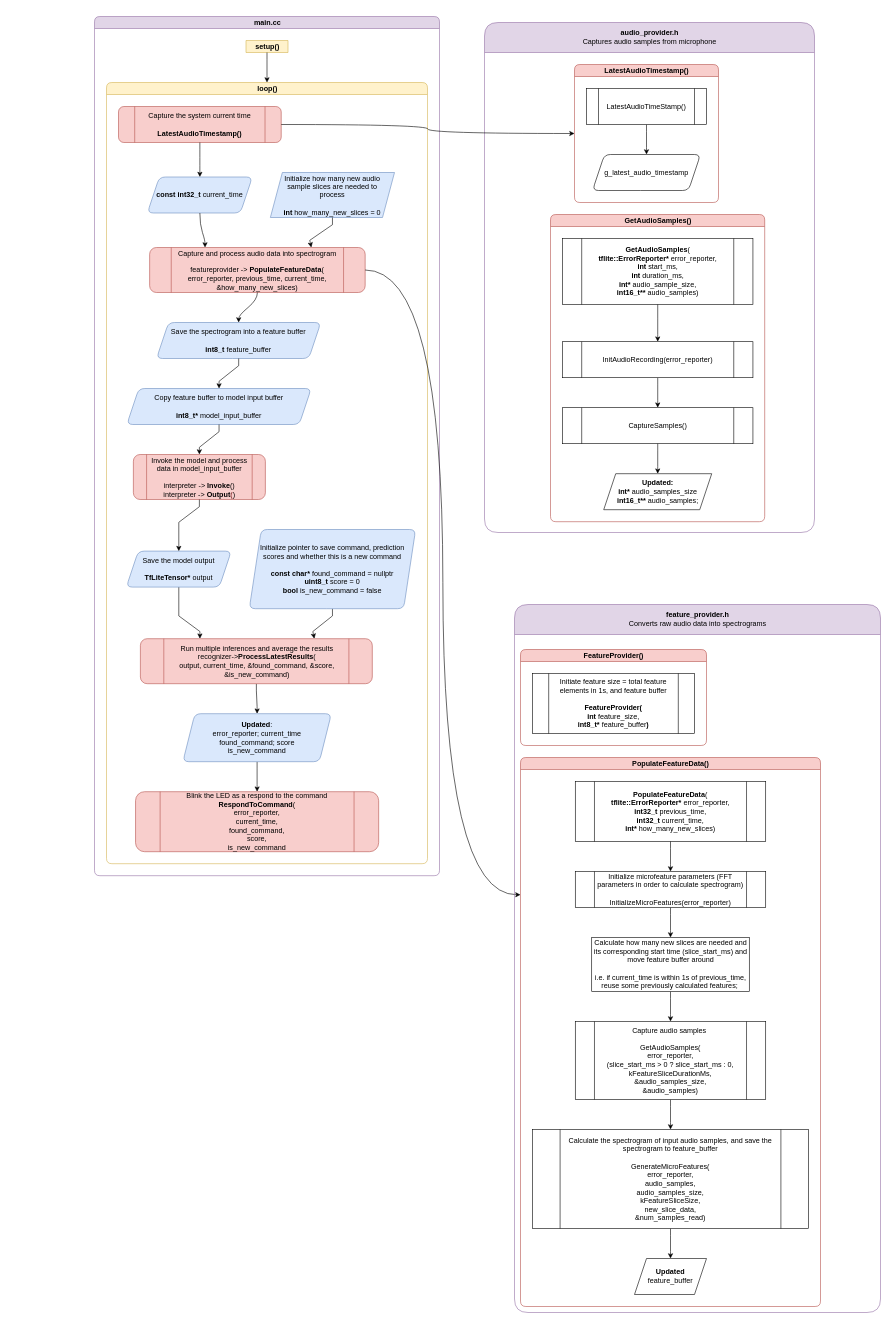
Earlier version of the draw.io diagram page "Page-1" (1 of 2) of MicroSpeech.drawio (supertime1/Wake_Word). Source tidied: cells renumbered, new cells numbered last; positions are measured from the earlier drawing's top-left corner, leaving out a move shared by most shapes. Both pictures are drawn from the tidied source at 60%, with x=0, y=0 at pixel (94, 16).
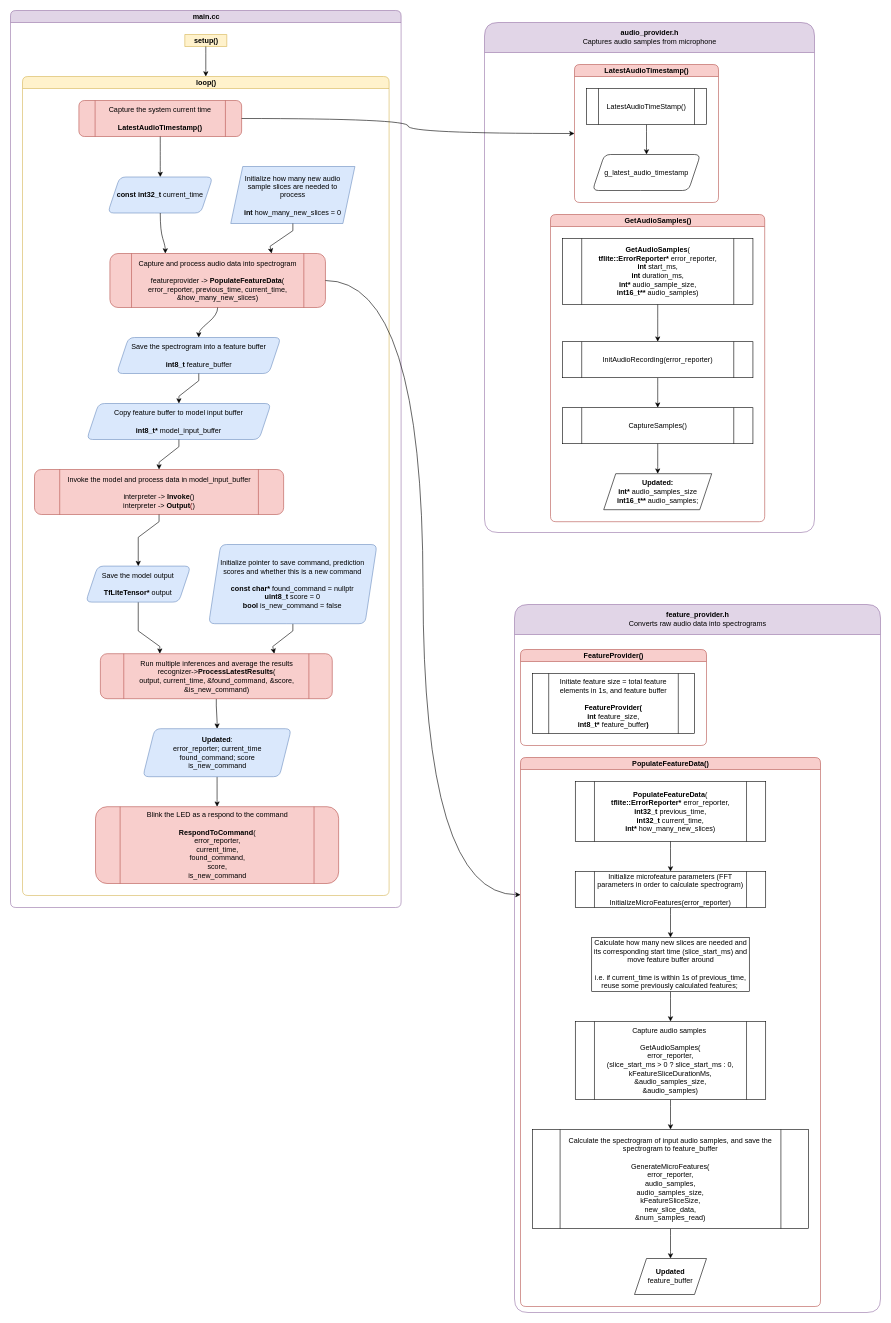
After the change.

Diff of the diagram source:
```diff
@@
     <mxCell id="2" value="main.cc" style="swimlane;html=1;startSize=20;horizontal=1;flowOrientation=north;interRankCellSpacing=50;containerType=tree;fillColor=#e1d5e7;strokeColor=#9673a6;rounded=1;" parent="1" vertex="1">
-      <mxGeometry width="575" height="1432" as="geometry" />
+      <mxGeometry x="-140" y="-10" width="651" height="1495" as="geometry" />
     </mxCell>
     <mxCell id="3" value="setup()" style="swimlane;html=1;startSize=20;horizontal=1;flowOrientation=north;interRankCellSpacing=50;containerType=tree;direction=east;flipH=0;flipV=0;fillColor=#fff2cc;strokeColor=#d6b656;rounded=1;" parent="2" vertex="1" collapsed="1">
-      <mxGeometry x="252.5" y="40" width="70" height="20" as="geometry" />
+      <mxGeometry x="290.5" y="40" width="70" height="20" as="geometry" />
     </mxCell>
     <mxCell id="4" style="edgeStyle=orthogonalEdgeStyle;rounded=0;jettySize=auto;html=1;noEdgeStyle=1;orthogonal=1;" parent="2" edge="1" source="3" target="5">
       <mxGeometry relative="1" as="geometry">
         <Array as="points">
-          <mxPoint x="287.5" y="72" />
-          <mxPoint x="287.5" y="98" />
+          <mxPoint x="325.5" y="72" />
+          <mxPoint x="325.5" y="98" />
         </Array>
       </mxGeometry>
     </mxCell>
     <mxCell id="5" value="loop()" style="swimlane;html=1;startSize=20;horizontal=1;flowOrientation=north;interRankCellSpacing=50;containerType=tree;direction=east;flipH=0;flipV=0;fillColor=#fff2cc;strokeColor=#d6b656;rounded=1;" parent="2" vertex="1">
-      <mxGeometry x="20" y="110" width="535" height="1302" as="geometry" />
+      <mxGeometry x="20" y="110" width="611" height="1365" as="geometry" />
     </mxCell>
     <mxCell id="6" value="Capture the system current time&lt;br&gt;&lt;br&gt;&lt;b&gt;LatestAudioTimestamp()&lt;/b&gt;" style="shape=process;whiteSpace=wrap;html=1;backgroundOutline=1;fillColor=#f8cecc;strokeColor=#b85450;rounded=1;" parent="5" vertex="1">
-      <mxGeometry x="20" y="40" width="271.2" height="60" as="geometry" />
+      <mxGeometry x="94" y="40" width="271.2" height="60" as="geometry" />
     </mxCell>
     <mxCell id="7" value="&lt;b&gt;const int32_t&lt;/b&gt; current_time" style="shape=parallelogram;perimeter=parallelogramPerimeter;whiteSpace=wrap;html=1;fixedSize=1;fillColor=#dae8fc;strokeColor=#6c8ebf;rounded=1;" parent="5" vertex="1">
-      <mxGeometry x="68.1" y="157.5" width="175" height="60" as="geometry" />
+      <mxGeometry x="142.1" y="167.5" width="175" height="60" as="geometry" />
     </mxCell>
     <mxCell id="8" value="Initialize how many new audio &lt;br&gt;sample slices are needed to &lt;br&gt;process&lt;br&gt;&lt;b&gt;&lt;br&gt;int&lt;/b&gt;&lt;span&gt;&amp;nbsp;how_many_new_slices = 0&lt;/span&gt;" style="shape=parallelogram;perimeter=parallelogramPerimeter;whiteSpace=wrap;html=1;fixedSize=1;fillColor=#dae8fc;strokeColor=#6c8ebf;" parent="5" vertex="1">
-      <mxGeometry x="273.1" y="150" width="206.9" height="75" as="geometry" />
+      <mxGeometry x="347.1" y="150" width="206.9" height="95" as="geometry" />
     </mxCell>
     <mxCell id="9" value="Capture and process audio data into spectrogram&lt;br&gt;&lt;br&gt;featureprovider -&amp;gt; &lt;b&gt;PopulateFeatureData&lt;/b&gt;(&lt;br&gt;error_reporter, previous_time, current_time, &amp;amp;how_many_new_slices)" style="shape=process;whiteSpace=wrap;html=1;backgroundOutline=1;fillColor=#f8cecc;strokeColor=#b85450;rounded=1;" parent="5" vertex="1">
-      <mxGeometry x="71.9" y="275" width="359.2" height="75" as="geometry" />
+      <mxGeometry x="145.7" y="295" width="359.2" height="90" as="geometry" />
     </mxCell>
     <mxCell id="10" value="Save the spectrogram into a feature buffer&lt;br&gt;&lt;b&gt;&lt;br&gt;int8_t&lt;/b&gt; feature_buffer" style="shape=parallelogram;perimeter=parallelogramPerimeter;whiteSpace=wrap;html=1;fixedSize=1;fillColor=#dae8fc;strokeColor=#6c8ebf;rounded=1;" parent="5" vertex="1">
-      <mxGeometry x="83.4" y="400" width="273.8" height="60" as="geometry" />
+      <mxGeometry x="156.9" y="435" width="273.8" height="60" as="geometry" />
     </mxCell>
     <mxCell id="11" value="Copy feature buffer to model input buffer&lt;br&gt;&lt;b&gt;&lt;br&gt;int8_t*&lt;/b&gt; model_input_buffer" style="shape=parallelogram;perimeter=parallelogramPerimeter;whiteSpace=wrap;html=1;fixedSize=1;fillColor=#dae8fc;strokeColor=#6c8ebf;rounded=1;" parent="5" vertex="1">
-      <mxGeometry x="33.9" y="510" width="307.3" height="60" as="geometry" />
+      <mxGeometry x="107" y="545" width="307.3" height="60" as="geometry" />
     </mxCell>
     <mxCell id="12" value="Invoke the model and process data in model_input_buffer&lt;br&gt;&lt;br&gt;interpreter -&amp;gt; &lt;b&gt;Invoke&lt;/b&gt;()&lt;br&gt;interpreter -&amp;gt;&amp;nbsp;&lt;b&gt;Output&lt;/b&gt;&lt;font color=&quot;#660000&quot;&gt;(&lt;/font&gt;)" style="shape=process;whiteSpace=wrap;html=1;backgroundOutline=1;fillColor=#f8cecc;strokeColor=#b85450;rounded=1;" parent="5" vertex="1">
-      <mxGeometry x="44.8" y="620" width="220" height="75" as="geometry" />
+      <mxGeometry x="20" y="655" width="415.2" height="75" as="geometry" />
     </mxCell>
     <mxCell id="13" style="edgeStyle=orthogonalEdgeStyle;rounded=0;jettySize=auto;html=1;noEdgeStyle=1;orthogonal=1;" parent="5" edge="1" source="14" target="23">
       <mxGeometry relative="1" as="geometry">
         <Array as="points">
-          <mxPoint x="120.5" y="889" />
-          <mxPoint x="155.7" y="915" />
+          <mxPoint x="192.9" y="924" />
+          <mxPoint x="228.9" y="950" />
         </Array>
       </mxGeometry>
     </mxCell>
     <mxCell id="14" value="Save the model output&lt;br&gt;&lt;br&gt;&lt;b&gt;TfLiteTensor*&amp;nbsp;&lt;/b&gt;output" style="shape=parallelogram;perimeter=parallelogramPerimeter;whiteSpace=wrap;html=1;fixedSize=1;fillColor=#dae8fc;strokeColor=#6c8ebf;rounded=1;" parent="5" vertex="1">
-      <mxGeometry x="33" y="781" width="175" height="60" as="geometry" />
+      <mxGeometry x="105.4" y="816" width="175" height="60" as="geometry" />
     </mxCell>
     <mxCell id="15" style="edgeStyle=orthogonalEdgeStyle;jettySize=auto;html=1;noEdgeStyle=1;orthogonal=1;curved=1;" parent="5" edge="1" source="6" target="7">
       <mxGeometry relative="1" as="geometry">
         <Array as="points">
-          <mxPoint x="155.6" y="112" />
-          <mxPoint x="155.6" y="138" />
+          <mxPoint x="229.6" y="112" />
+          <mxPoint x="229.6" y="138" />
         </Array>
       </mxGeometry>
     </mxCell>
     <mxCell id="16" style="edgeStyle=orthogonalEdgeStyle;jettySize=auto;html=1;noEdgeStyle=1;orthogonal=1;curved=1;" parent="5" edge="1" source="7" target="9">
       <mxGeometry relative="1" as="geometry">
         <Array as="points">
-          <mxPoint x="155.6" y="237" />
-          <mxPoint x="164.2" y="263" />
+          <mxPoint x="229.6" y="257" />
+          <mxPoint x="238" y="283" />
         </Array>
       </mxGeometry>
     </mxCell>
     <mxCell id="17" style="edgeStyle=orthogonalEdgeStyle;rounded=0;jettySize=auto;html=1;entryX=0.75;entryY=0;entryDx=0;entryDy=0;noEdgeStyle=1;orthogonal=1;" parent="5" edge="1" source="8" target="9">
       <mxGeometry relative="1" as="geometry">
         <Array as="points">
-          <mxPoint x="376.6" y="237" />
-          <mxPoint x="338.8" y="263" />
+          <mxPoint x="450.6" y="257" />
+          <mxPoint x="412.6" y="283" />
         </Array>
       </mxGeometry>
     </mxCell>
     <mxCell id="18" style="edgeStyle=orthogonalEdgeStyle;jettySize=auto;html=1;noEdgeStyle=1;orthogonal=1;curved=1;" parent="5" edge="1" source="9" target="10">
       <mxGeometry relative="1" as="geometry">
         <Array as="points">
-          <mxPoint x="251.5" y="362" />
-          <mxPoint x="220.3" y="388" />
+          <mxPoint x="325.3" y="397" />
+          <mxPoint x="293.8" y="423" />
         </Array>
       </mxGeometry>
     </mxCell>
     <mxCell id="19" style="edgeStyle=orthogonalEdgeStyle;rounded=0;jettySize=auto;html=1;noEdgeStyle=1;orthogonal=1;" parent="5" edge="1" source="10" target="11">
       <mxGeometry relative="1" as="geometry">
         <Array as="points">
-          <mxPoint x="220.3" y="472" />
-          <mxPoint x="187.6" y="498" />
+          <mxPoint x="293.8" y="507" />
+          <mxPoint x="260.7" y="533" />
         </Array>
       </mxGeometry>
     </mxCell>
     <mxCell id="20" style="edgeStyle=orthogonalEdgeStyle;rounded=0;jettySize=auto;html=1;noEdgeStyle=1;orthogonal=1;" parent="5" edge="1" source="11" target="12">
       <mxGeometry relative="1" as="geometry">
         <Array as="points">
-          <mxPoint x="187.6" y="582" />
-          <mxPoint x="154.8" y="608" />
+          <mxPoint x="260.7" y="617" />
+          <mxPoint x="227.6" y="643" />
         </Array>
       </mxGeometry>
     </mxCell>
     <mxCell id="21" style="edgeStyle=orthogonalEdgeStyle;rounded=0;jettySize=auto;html=1;noEdgeStyle=1;orthogonal=1;entryX=0.5;entryY=0;entryDx=0;entryDy=0;" parent="5" edge="1" source="12" target="14">
       <mxGeometry relative="1" as="geometry">
         <Array as="points">
-          <mxPoint x="154.8" y="707" />
-          <mxPoint x="120.5" y="733" />
+          <mxPoint x="227.6" y="742" />
+          <mxPoint x="192.9" y="768" />
         </Array>
       </mxGeometry>
     </mxCell>
     <mxCell id="22" style="edgeStyle=orthogonalEdgeStyle;rounded=0;jettySize=auto;html=1;noEdgeStyle=1;orthogonal=1;" parent="5" edge="1" source="23" target="27">
       <mxGeometry relative="1" as="geometry">
         <Array as="points">
-          <mxPoint x="249.8" y="1014" />
-          <mxPoint x="251" y="1040" />
+          <mxPoint x="323" y="1049" />
+          <mxPoint x="324.3" y="1075" />
         </Array>
       </mxGeometry>
     </mxCell>
     <mxCell id="23" value="Run multiple inferences and average the results&lt;br&gt;recognizer-&amp;gt;&lt;b&gt;ProcessLatestResults&lt;/b&gt;(&lt;br&gt;output, current_time, &amp;amp;found_command, &amp;amp;score, &amp;amp;is_new_command)" style="shape=process;whiteSpace=wrap;html=1;backgroundOutline=1;fillColor=#f8cecc;strokeColor=#b85450;rounded=1;" parent="5" vertex="1">
-      <mxGeometry x="56.5" y="927" width="386.5" height="75" as="geometry" />
+      <mxGeometry x="129.8" y="962" width="386.5" height="75" as="geometry" />
     </mxCell>
     <mxCell id="24" style="edgeStyle=orthogonalEdgeStyle;rounded=0;jettySize=auto;html=1;entryX=0.75;entryY=0;entryDx=0;entryDy=0;noEdgeStyle=1;orthogonal=1;" parent="5" edge="1" source="25" target="23">
       <mxGeometry relative="1" as="geometry">
         <Array as="points">
-          <mxPoint x="376.6" y="889" />
-          <mxPoint x="343.9" y="915" />
+          <mxPoint x="450.6" y="924" />
+          <mxPoint x="417.1" y="950" />
         </Array>
       </mxGeometry>
     </mxCell>
     <mxCell id="25" value="Initialize pointer to save command, prediction scores and whether this is a new command&lt;br&gt;&lt;br&gt;&lt;b&gt;const char* &lt;/b&gt;found_command = nullptr&lt;br&gt;&lt;b&gt;uint8_t &lt;/b&gt;score = 0&lt;br&gt;&lt;b&gt;bool &lt;/b&gt;is_new_command = false" style="shape=parallelogram;perimeter=parallelogramPerimeter;whiteSpace=wrap;html=1;fixedSize=1;fillColor=#dae8fc;strokeColor=#6c8ebf;rounded=1;" parent="5" vertex="1">
-      <mxGeometry x="238" y="745" width="277.2" height="132" as="geometry" />
+      <mxGeometry x="310.4" y="780" width="280.4" height="132" as="geometry" />
     </mxCell>
     <mxCell id="26" style="edgeStyle=orthogonalEdgeStyle;rounded=0;jettySize=auto;html=1;noEdgeStyle=1;orthogonal=1;" parent="5" edge="1" source="27" target="28">
       <mxGeometry relative="1" as="geometry">
         <Array as="points">
-          <mxPoint x="251" y="1144" />
-          <mxPoint x="251" y="1170" />
+          <mxPoint x="324.3" y="1179" />
+          <mxPoint x="324.3" y="1205" />
         </Array>
       </mxGeometry>
     </mxCell>
     <mxCell id="27" value="&lt;b&gt;Updated&lt;/b&gt;:&lt;br&gt;error_reporter; current_time&lt;br&gt;found_command; score&lt;br&gt;is_new_command" style="shape=parallelogram;perimeter=parallelogramPerimeter;whiteSpace=wrap;html=1;fixedSize=1;fillColor=#dae8fc;strokeColor=#6c8ebf;rounded=1;" parent="5" vertex="1">
-      <mxGeometry x="127.3" y="1052" width="247.5" height="80" as="geometry" />
+      <mxGeometry x="200.6" y="1087" width="247.5" height="80" as="geometry" />
     </mxCell>
-    <mxCell id="28" value="Blink the LED as a respond to the command&lt;br&gt;&lt;b&gt;RespondToCommand&lt;/b&gt;(&lt;br&gt;error_reporter,&lt;br&gt;current_time,&lt;br&gt;found_command,&lt;br&gt;score,&lt;br&gt;is_new_command" style="shape=process;whiteSpace=wrap;html=1;backgroundOutline=1;fillColor=#f8cecc;strokeColor=#b85450;rounded=1;" parent="5" vertex="1">
-      <mxGeometry x="48.4" y="1182" width="405.2" height="100" as="geometry" />
+    <mxCell id="28" value="Blink the LED as a respond to the command&lt;br&gt;&lt;br&gt;&lt;b&gt;RespondToCommand&lt;/b&gt;(&lt;br&gt;error_reporter,&lt;br&gt;current_time,&lt;br&gt;found_command,&lt;br&gt;score,&lt;br&gt;is_new_command" style="shape=process;whiteSpace=wrap;html=1;backgroundOutline=1;fillColor=#f8cecc;strokeColor=#b85450;rounded=1;" parent="5" vertex="1">
+      <mxGeometry x="121.7" y="1217" width="405.2" height="128" as="geometry" />
     </mxCell>
```
